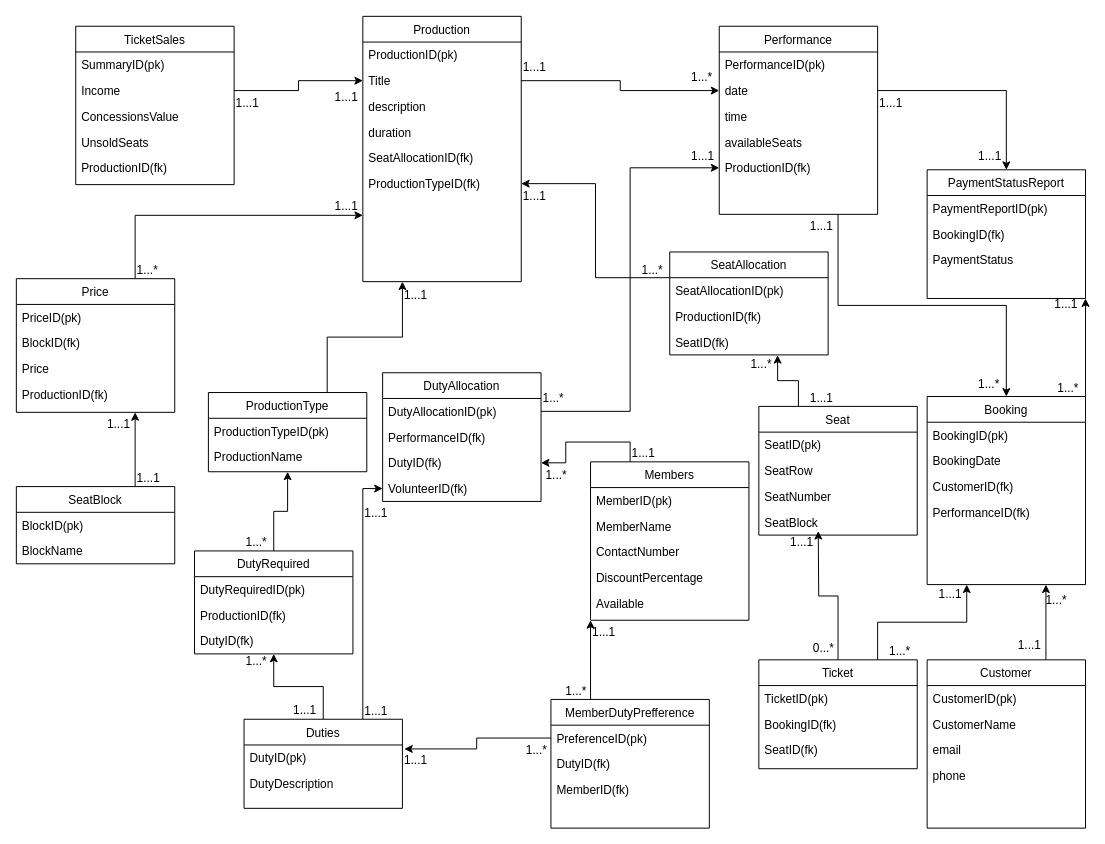
iamheetp/ecomstore keeps this draw.io diagram as Untitled Diagram.drawio. Above is the earlier version. Source tidied: cells renumbered, new cells numbered last; positions are measured from the earlier drawing's top-left corner, leaving out a move shared by most shapes. Both pictures are drawn from the tidied source at 99%, with x=0, y=0 at pixel (16, 16).
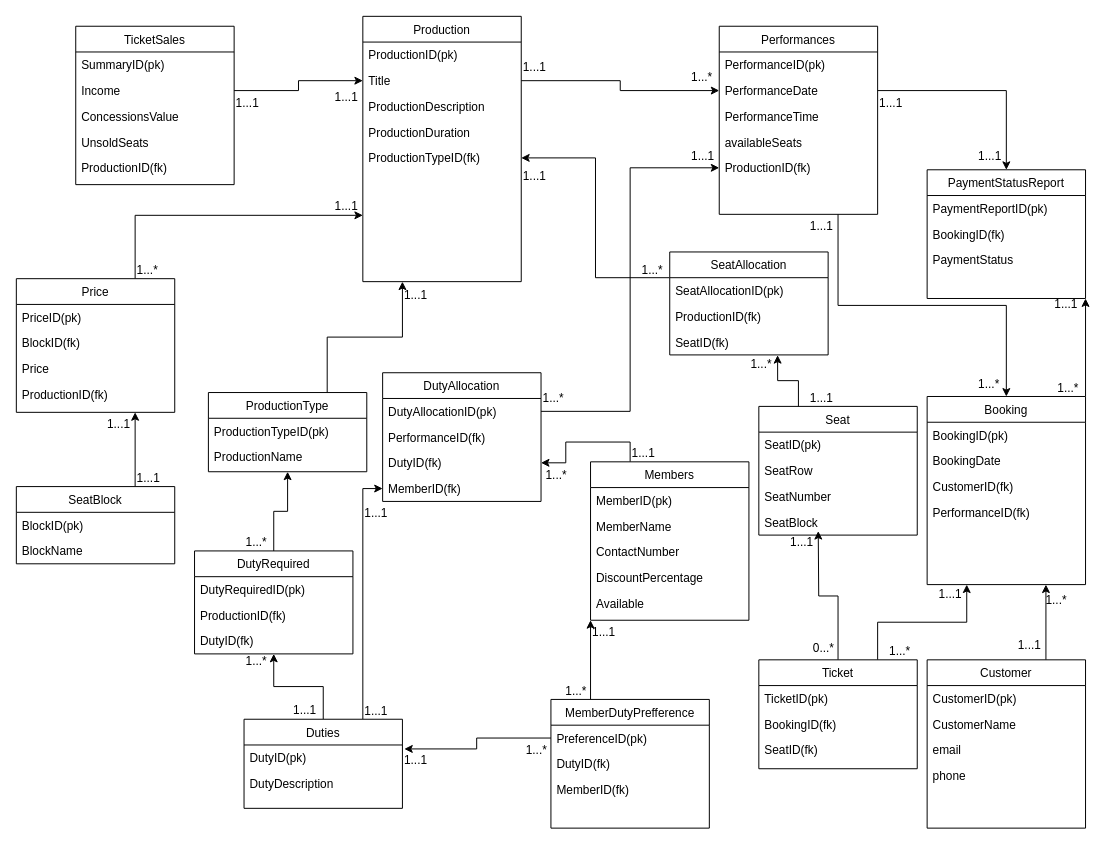
Above is the later version.

Unchanged cells that the change refers to:
```xml
<mxCell id="13" value="Production" style="swimlane;fontStyle=0;align=center;verticalAlign=top;horizontal=1;startSize=26;rounded=0;shadow=0;strokeWidth=1;" parent="1" vertex="1">
  <mxGeometry x="350" width="160" height="268" as="geometry" />
</mxCell>
<mxCell id="45" value="DutyAllocation" style="swimlane;fontStyle=0;align=center;verticalAlign=top;horizontal=1;startSize=26;rounded=0;shadow=0;strokeWidth=1;" parent="1" vertex="1">
  <mxGeometry x="370" y="360" width="160" height="130" as="geometry" />
</mxCell>
```

What changed in the source:
```diff
@@
-    <mxCell id="16" value="description" style="text;align=left;verticalAlign=top;spacingLeft=4;spacingRight=4;overflow=hidden;rounded=0;shadow=0;html=0;" parent="13" vertex="1">
+    <mxCell id="16" value="ProductionDescription" style="text;align=left;verticalAlign=top;spacingLeft=4;spacingRight=4;overflow=hidden;rounded=0;shadow=0;html=0;" parent="13" vertex="1">
       <mxGeometry y="78" width="160" height="26" as="geometry" />
     </mxCell>
-    <mxCell id="17" value="duration" style="text;align=left;verticalAlign=top;spacingLeft=4;spacingRight=4;overflow=hidden;rounded=0;shadow=0;html=0;" parent="13" vertex="1">
+    <mxCell id="17" value="ProductionDuration" style="text;align=left;verticalAlign=top;spacingLeft=4;spacingRight=4;overflow=hidden;rounded=0;shadow=0;html=0;" parent="13" vertex="1">
       <mxGeometry y="104" width="160" height="26" as="geometry" />
     </mxCell>
-    <mxCell id="18" value="SeatAllocationID(fk)" style="text;align=left;verticalAlign=top;spacingLeft=4;spacingRight=4;overflow=hidden;rounded=0;shadow=0;html=0;" parent="13" vertex="1">
-      <mxGeometry y="130" width="160" height="26" as="geometry" />
-    </mxCell>
     <mxCell id="19" value="ProductionTypeID(fk)" style="text;align=left;verticalAlign=top;spacingLeft=4;spacingRight=4;overflow=hidden;points=[[0,0.5],[1,0.5]];portConstraint=eastwest;rounded=0;shadow=0;html=0;" parent="13" vertex="1">
-      <mxGeometry y="156" width="160" height="26" as="geometry" />
+      <mxGeometry y="130" width="160" height="26" as="geometry" />
     </mxCell>
@@
-    <mxCell id="21" value="Performance" style="swimlane;fontStyle=0;align=center;verticalAlign=top;horizontal=1;startSize=26;rounded=0;shadow=0;strokeWidth=1;" parent="1" vertex="1">
+    <mxCell id="21" value="Performances" style="swimlane;fontStyle=0;align=center;verticalAlign=top;horizontal=1;startSize=26;rounded=0;shadow=0;strokeWidth=1;" parent="1" vertex="1">
       <mxGeometry x="710" y="10" width="160" height="190" as="geometry" />
     </mxCell>
@@
-    <mxCell id="23" value="date" style="text;align=left;verticalAlign=top;spacingLeft=4;spacingRight=4;overflow=hidden;points=[[0,0.5],[1,0.5]];portConstraint=eastwest;rounded=0;shadow=0;html=0;" parent="21" vertex="1">
+    <mxCell id="23" value="PerformanceDate" style="text;align=left;verticalAlign=top;spacingLeft=4;spacingRight=4;overflow=hidden;points=[[0,0.5],[1,0.5]];portConstraint=eastwest;rounded=0;shadow=0;html=0;" parent="21" vertex="1">
       <mxGeometry y="52" width="160" height="26" as="geometry" />
     </mxCell>
-    <mxCell id="24" value="time" style="text;align=left;verticalAlign=top;spacingLeft=4;spacingRight=4;overflow=hidden;rounded=0;shadow=0;html=0;" parent="21" vertex="1">
+    <mxCell id="24" value="PerformanceTime" style="text;align=left;verticalAlign=top;spacingLeft=4;spacingRight=4;overflow=hidden;rounded=0;shadow=0;html=0;" parent="21" vertex="1">
       <mxGeometry y="78" width="160" height="26" as="geometry" />
     </mxCell>
@@
-    <mxCell id="49" value="VolunteerID(fk)" style="text;align=left;verticalAlign=top;spacingLeft=4;spacingRight=4;overflow=hidden;points=[[0,0.5],[1,0.5]];portConstraint=eastwest;rounded=0;shadow=0;html=0;" parent="45" vertex="1">
+    <mxCell id="49" value="MemberID(fk)" style="text;align=left;verticalAlign=top;spacingLeft=4;spacingRight=4;overflow=hidden;points=[[0,0.5],[1,0.5]];portConstraint=eastwest;rounded=0;shadow=0;html=0;" parent="45" vertex="1">
       <mxGeometry y="104" width="160" height="26" as="geometry" />
     </mxCell>
@@
     <mxCell id="87" value="1...1" style="align=left;verticalAlign=bottom;labelBackgroundColor=none;fontSize=12;" parent="1" vertex="1">
-      <mxGeometry x="510" y="190" as="geometry" />
+      <mxGeometry x="510" y="170" as="geometry" />
     </mxCell>
```
